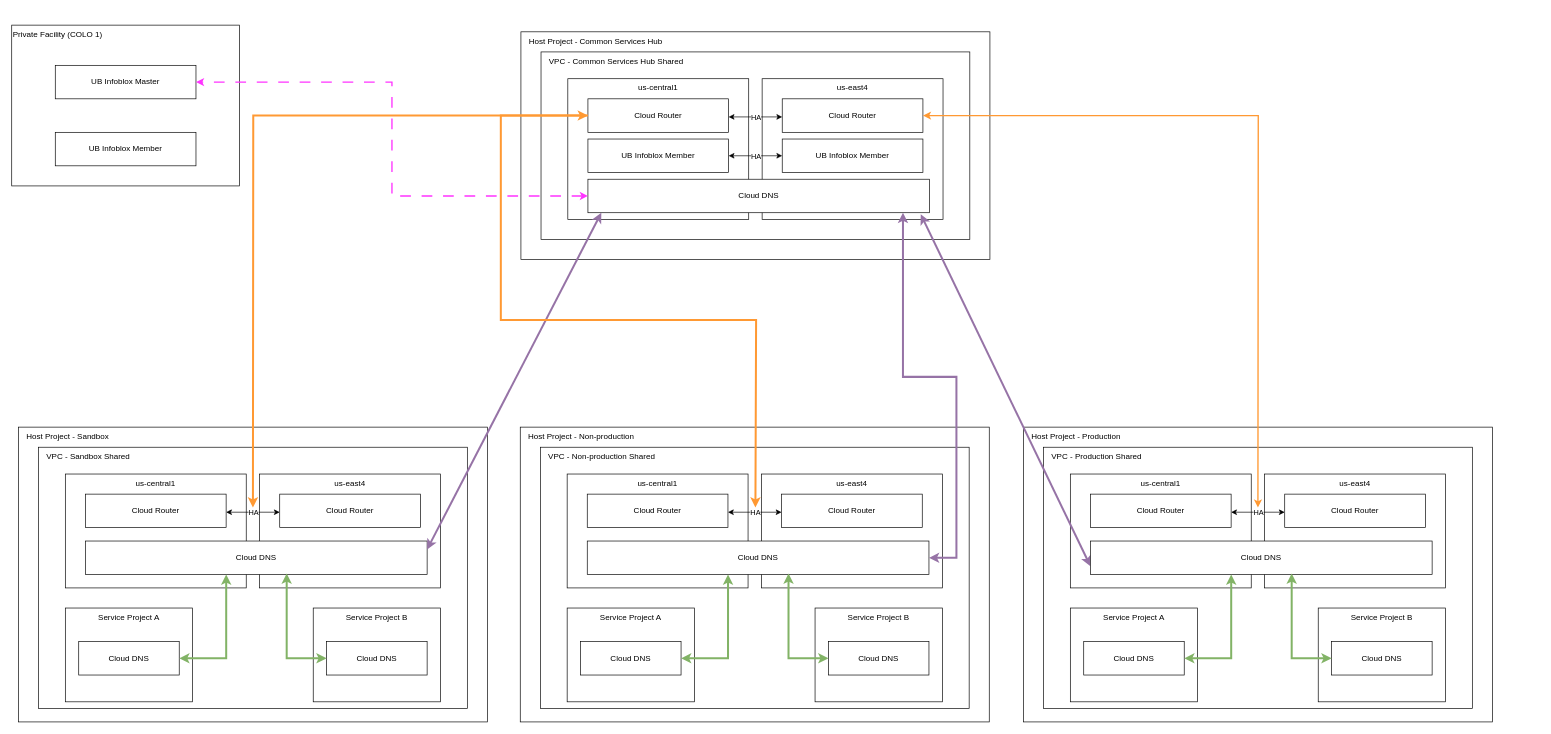
This is page "DNS - Level 1" (16 of 16) of disaster-recovery.drawio from bpayt2/temp, a draw.io file, before an edit. Source tidied: cells renumbered, new cells numbered last; positions are measured from the earlier drawing's top-left corner, leaving out a move shared by most shapes. Both pictures are drawn from the tidied source at 67%, with x=0, y=0 at pixel (11, 25).
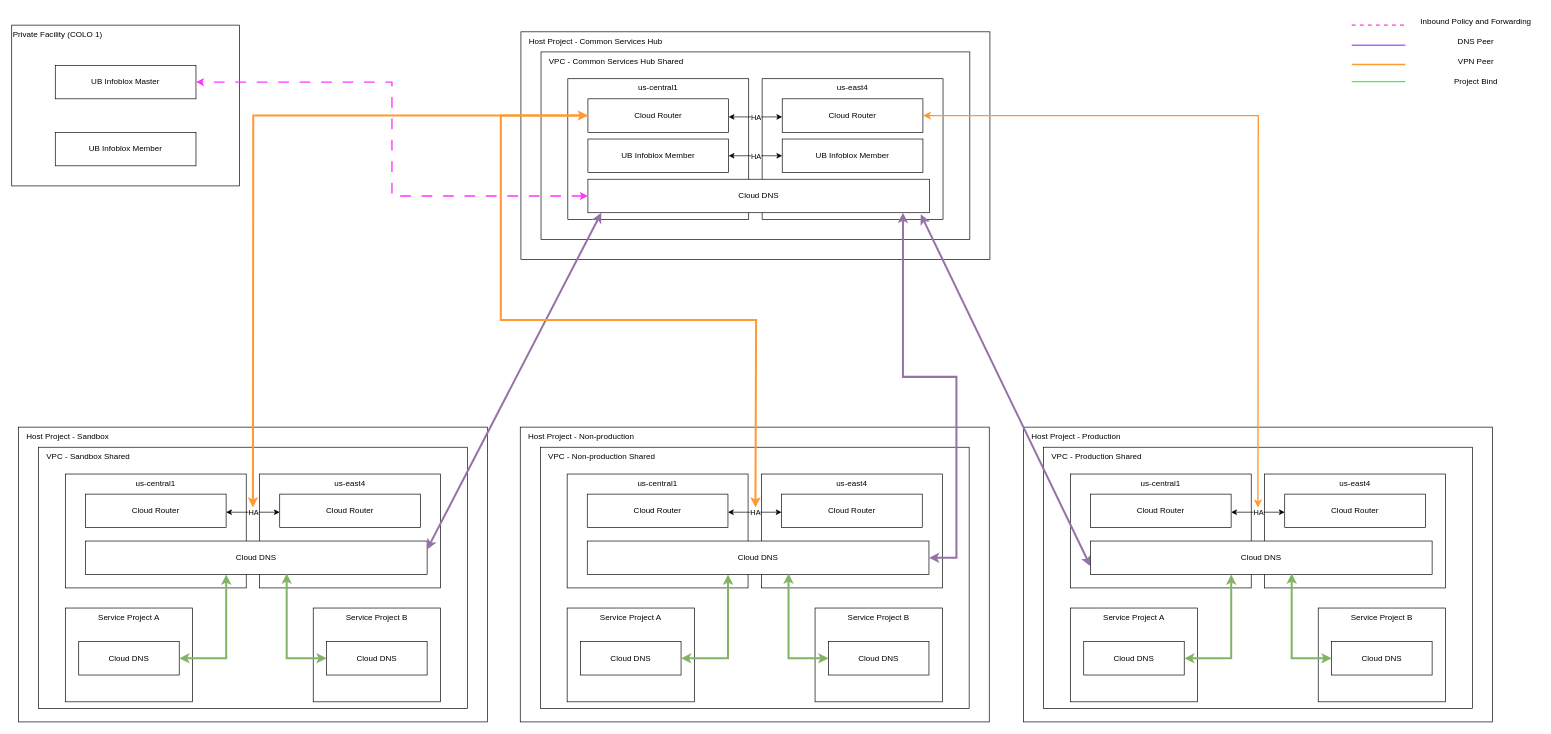
The same diagram, later.

The edit, as a diff of the source:
```diff
@@
+    <mxCell id="70" style="endArrow=none;html=1;rounded=0;dashed=1;strokeColor=#FF33FF;strokeWidth=2;" parent="1" edge="1">
+      <mxGeometry relative="1" as="geometry">
+        <mxPoint x="2000" as="sourcePoint" />
+        <mxPoint x="2080" as="targetPoint" />
+      </mxGeometry>
+    </mxCell>
+    <mxCell id="71" style="endArrow=none;html=1;rounded=0;strokeColor=#B266FF;strokeWidth=2;" parent="1" edge="1">
+      <mxGeometry relative="1" as="geometry">
+        <mxPoint x="2000" y="30" as="sourcePoint" />
+        <mxPoint x="2080" y="30" as="targetPoint" />
+      </mxGeometry>
+    </mxCell>
+    <mxCell id="72" style="endArrow=none;html=1;rounded=0;strokeColor=#FF9933;strokeWidth=2;" parent="1" edge="1">
+      <mxGeometry relative="1" as="geometry">
+        <mxPoint x="2000" y="58.8" as="sourcePoint" />
+        <mxPoint x="2080" y="58.8" as="targetPoint" />
+      </mxGeometry>
+    </mxCell>
+    <mxCell id="73" style="endArrow=none;html=1;rounded=0;strokeColor=#33FF33;strokeWidth=2;" parent="1" edge="1">
+      <mxGeometry relative="1" as="geometry">
+        <mxPoint x="2000" y="84.4" as="sourcePoint" />
+        <mxPoint x="2080" y="84.4" as="targetPoint" />
+      </mxGeometry>
+    </mxCell>
+    <mxCell id="74" value="Inbound Policy and Forwarding" style="text;html=1;align=center;verticalAlign=middle;strokeColor=none;fillColor=none;" parent="1" vertex="1">
+      <mxGeometry x="2090" y="-20" width="190" height="30" as="geometry" />
+    </mxCell>
+    <mxCell id="75" value="DNS Peer" style="text;html=1;align=center;verticalAlign=middle;strokeColor=none;fillColor=none;" parent="1" vertex="1">
+      <mxGeometry x="2145" y="10" width="80" height="30" as="geometry" />
+    </mxCell>
+    <mxCell id="76" value="VPN Peer" style="text;html=1;align=center;verticalAlign=middle;strokeColor=none;fillColor=none;" parent="1" vertex="1">
+      <mxGeometry x="2145" y="40" width="80" height="30" as="geometry" />
+    </mxCell>
+    <mxCell id="77" value="Project Bind" style="text;html=1;align=center;verticalAlign=middle;strokeColor=none;fillColor=none;" parent="1" vertex="1">
+      <mxGeometry x="2140" y="70" width="90" height="30" as="geometry" />
+    </mxCell>
```
